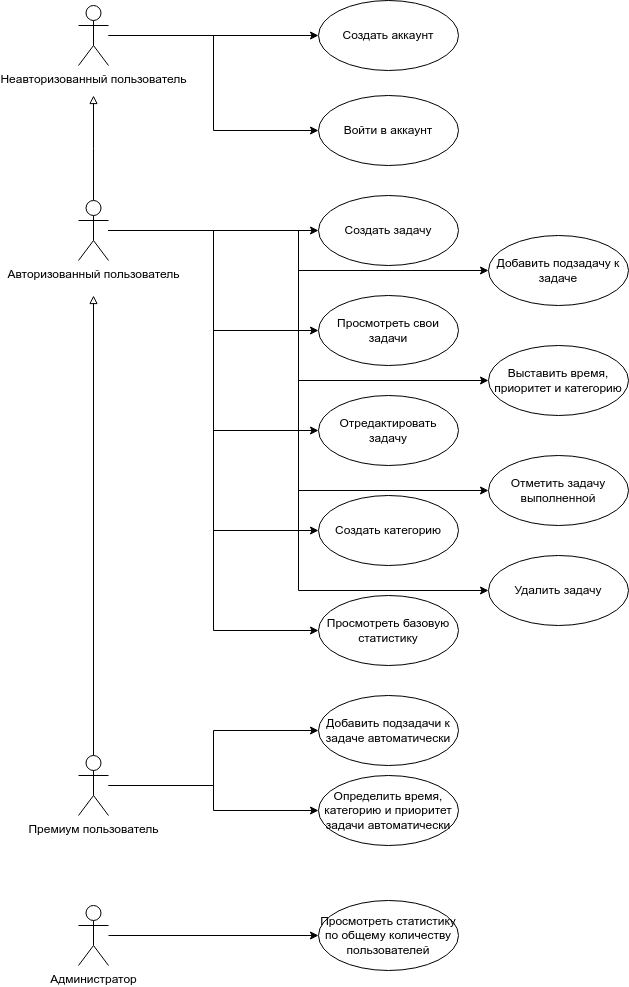
AlexanderLaptev/Taskbench keeps this draw.io diagram as docs/diagrams/use-case.png. Above is the earlier version. Source tidied: cells renumbered, new cells last; positions are measured from the earlier drawing's top-left corner, leaving out a move shared by most shapes.
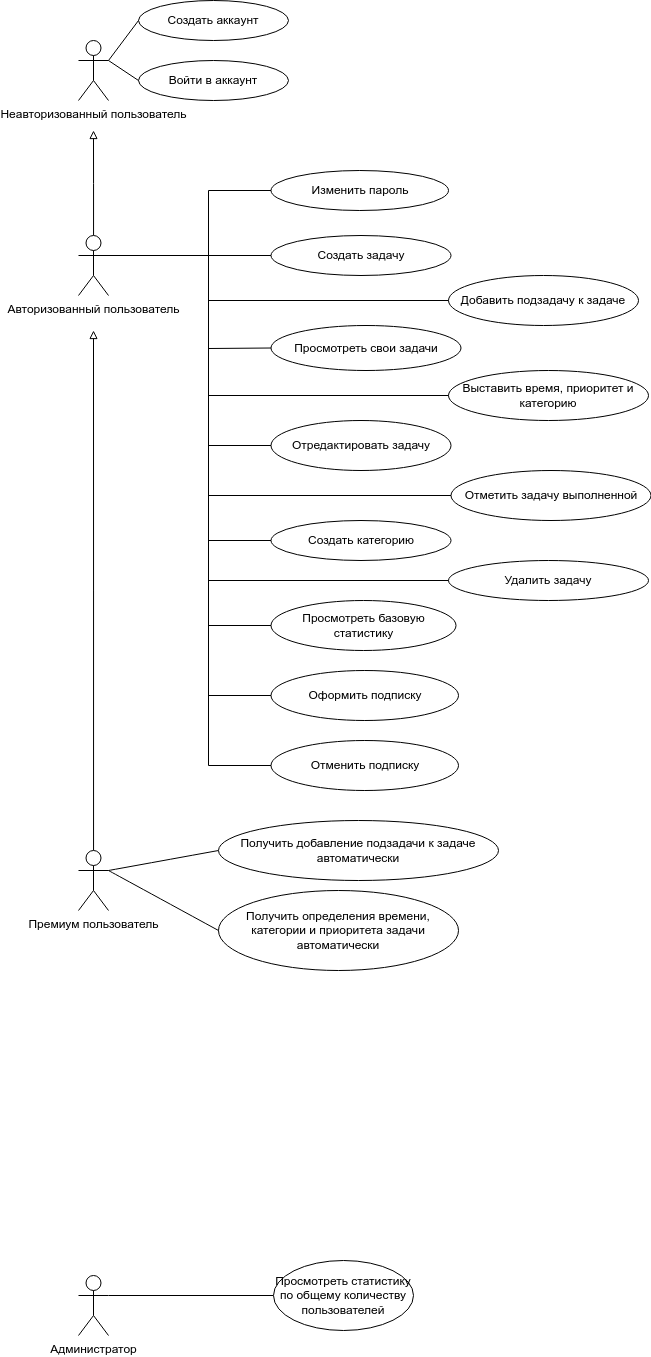
Later version of the same file.

Commit message:
update use-case

Diff of the diagram source:
```diff
@@ -2,38 +2,14 @@
   <root>
     <mxCell id="0" />
     <mxCell id="1" parent="0" />
-    <mxCell id="2" style="edgeStyle=orthogonalEdgeStyle;rounded=0;jettySize=auto;html=1;entryX=0;entryY=0.5;entryDx=0;entryDy=0;" parent="1" edge="1" source="12" target="24">
+    <mxCell id="2" style="rounded=0;jettySize=auto;html=1;entryX=0;entryY=0.5;entryDx=0;entryDy=0;endArrow=none;startFill=0;exitX=1;exitY=0.3333333333333333;exitDx=0;exitDy=0;exitPerimeter=0;" parent="1" edge="1" source="12" target="24">
       <mxGeometry relative="1" as="geometry" />
     </mxCell>
-    <mxCell id="3" style="edgeStyle=orthogonalEdgeStyle;rounded=0;jettySize=auto;html=1;entryX=0;entryY=0.5;entryDx=0;entryDy=0;" parent="1" edge="1" source="12" target="25">
-      <mxGeometry relative="1" as="geometry" />
-    </mxCell>
-    <mxCell id="4" style="edgeStyle=orthogonalEdgeStyle;rounded=0;jettySize=auto;html=1;entryX=0;entryY=0.5;entryDx=0;entryDy=0;" parent="1" edge="1" source="12" target="29">
-      <mxGeometry relative="1" as="geometry" />
-    </mxCell>
-    <mxCell id="5" style="edgeStyle=orthogonalEdgeStyle;rounded=0;jettySize=auto;html=1;entryX=0;entryY=0.5;entryDx=0;entryDy=0;" parent="1" edge="1" source="12" target="28">
-      <mxGeometry relative="1" as="geometry" />
-    </mxCell>
     <mxCell id="6" style="edgeStyle=orthogonalEdgeStyle;rounded=0;jettySize=auto;html=1;endArrow=block;endFill=0;" parent="1" edge="1" source="12">
       <mxGeometry relative="1" as="geometry">
         <mxPoint x="15" y="95" as="targetPoint" />
       </mxGeometry>
     </mxCell>
-    <mxCell id="7" style="edgeStyle=orthogonalEdgeStyle;rounded=0;jettySize=auto;html=1;entryX=0;entryY=0.5;entryDx=0;entryDy=0;" parent="1" edge="1" source="12" target="26">
-      <mxGeometry relative="1" as="geometry" />
-    </mxCell>
-    <mxCell id="8" style="edgeStyle=orthogonalEdgeStyle;rounded=0;jettySize=auto;html=1;entryX=0;entryY=0.5;entryDx=0;entryDy=0;" parent="1" edge="1" source="12" target="27">
-      <mxGeometry relative="1" as="geometry" />
-    </mxCell>
-    <mxCell id="9" style="edgeStyle=orthogonalEdgeStyle;rounded=0;jettySize=auto;html=1;entryX=0;entryY=0.5;entryDx=0;entryDy=0;" parent="1" edge="1" source="12" target="30">
-      <mxGeometry relative="1" as="geometry" />
-    </mxCell>
-    <mxCell id="10" style="edgeStyle=orthogonalEdgeStyle;rounded=0;jettySize=auto;html=1;entryX=0;entryY=0.5;entryDx=0;entryDy=0;" parent="1" edge="1" source="12" target="31">
-      <mxGeometry relative="1" as="geometry" />
-    </mxCell>
-    <mxCell id="11" style="edgeStyle=orthogonalEdgeStyle;rounded=0;jettySize=auto;html=1;entryX=0;entryY=0.5;entryDx=0;entryDy=0;" parent="1" edge="1" source="12" target="32">
-      <mxGeometry relative="1" as="geometry" />
-    </mxCell>
     <mxCell id="12" value="Авторизованный пользователь" style="shape=umlActor;verticalLabelPosition=bottom;verticalAlign=top;html=1;" parent="1" vertex="1">
       <mxGeometry y="200" width="30" height="60" as="geometry" />
     </mxCell>
@@ -42,71 +18,168 @@
         <mxPoint x="15" y="295" as="targetPoint" />
       </mxGeometry>
     </mxCell>
-    <mxCell id="14" style="edgeStyle=orthogonalEdgeStyle;rounded=0;jettySize=auto;html=1;entryX=0;entryY=0.5;entryDx=0;entryDy=0;" parent="1" edge="1" source="16" target="33">
+    <mxCell id="14" style="edgeStyle=none;curved=1;rounded=0;jettySize=auto;html=1;exitX=1;exitY=0.3333333333333333;exitDx=0;exitDy=0;exitPerimeter=0;entryX=0;entryY=0.5;entryDx=0;entryDy=0;fontSize=12;startSize=8;endSize=8;endArrow=none;startFill=0;" parent="1" edge="1" source="16" target="33">
       <mxGeometry relative="1" as="geometry" />
     </mxCell>
-    <mxCell id="15" style="edgeStyle=orthogonalEdgeStyle;rounded=0;jettySize=auto;html=1;entryX=0;entryY=0.5;entryDx=0;entryDy=0;" parent="1" edge="1" source="16" target="34">
-      <mxGeometry relative="1" as="geometry" />
-    </mxCell>
     <mxCell id="16" value="Премиум пользователь" style="shape=umlActor;verticalLabelPosition=bottom;verticalAlign=top;html=1;" parent="1" vertex="1">
-      <mxGeometry y="755" width="30" height="60" as="geometry" />
+      <mxGeometry y="815" width="30" height="60" as="geometry" />
     </mxCell>
-    <mxCell id="17" style="edgeStyle=orthogonalEdgeStyle;rounded=0;jettySize=auto;html=1;entryX=0;entryY=0.5;entryDx=0;entryDy=0;" parent="1" edge="1" source="18" target="35">
+    <mxCell id="17" style="edgeStyle=orthogonalEdgeStyle;rounded=0;jettySize=auto;html=1;entryX=0;entryY=0.5;entryDx=0;entryDy=0;exitX=1;exitY=0.3333333333333333;exitDx=0;exitDy=0;exitPerimeter=0;endArrow=none;startFill=0;" parent="1" edge="1" source="18" target="35">
       <mxGeometry relative="1" as="geometry" />
     </mxCell>
     <mxCell id="18" value="Администратор" style="shape=umlActor;verticalLabelPosition=bottom;verticalAlign=top;html=1;" parent="1" vertex="1">
-      <mxGeometry y="905" width="30" height="60" as="geometry" />
+      <mxGeometry y="1240" width="30" height="60" as="geometry" />
     </mxCell>
     <mxCell id="19" value="Создать аккаунт" style="ellipse;whiteSpace=wrap;html=1;" parent="1" vertex="1">
-      <mxGeometry x="240" width="140" height="70" as="geometry" />
+      <mxGeometry x="60" y="-35" width="150" height="40" as="geometry" />
     </mxCell>
-    <mxCell id="20" style="edgeStyle=orthogonalEdgeStyle;rounded=0;jettySize=auto;html=1;entryX=0;entryY=0.5;entryDx=0;entryDy=0;" parent="1" edge="1" source="22" target="19">
+    <mxCell id="20" style="rounded=0;jettySize=auto;html=1;entryX=0;entryY=0.5;entryDx=0;entryDy=0;endArrow=none;startFill=0;exitX=1;exitY=0.3333333333333333;exitDx=0;exitDy=0;exitPerimeter=0;" parent="1" edge="1" source="22" target="19">
       <mxGeometry relative="1" as="geometry" />
     </mxCell>
-    <mxCell id="21" style="edgeStyle=orthogonalEdgeStyle;rounded=0;jettySize=auto;html=1;entryX=0;entryY=0.5;entryDx=0;entryDy=0;" parent="1" edge="1" source="22" target="23">
-      <mxGeometry relative="1" as="geometry" />
-    </mxCell>
     <mxCell id="22" value="Неавторизованный пользователь" style="shape=umlActor;verticalLabelPosition=bottom;verticalAlign=top;html=1;" parent="1" vertex="1">
       <mxGeometry y="5" width="30" height="60" as="geometry" />
     </mxCell>
     <mxCell id="23" value="Войти в аккаунт" style="ellipse;whiteSpace=wrap;html=1;" parent="1" vertex="1">
-      <mxGeometry x="240" y="95" width="140" height="70" as="geometry" />
+      <mxGeometry x="60" y="25" width="150" height="40" as="geometry" />
     </mxCell>
-    <mxCell id="24" value="Создать задачу" style="ellipse;whiteSpace=wrap;html=1;" parent="1" vertex="1">
-      <mxGeometry x="240" y="195" width="140" height="70" as="geometry" />
-    </mxCell>
     <mxCell id="25" value="Просмотреть свои задачи" style="ellipse;whiteSpace=wrap;html=1;" parent="1" vertex="1">
-      <mxGeometry x="240" y="295" width="140" height="70" as="geometry" />
+      <mxGeometry x="192.5" y="290" width="190" height="45" as="geometry" />
     </mxCell>
     <mxCell id="26" value="Добавить подзадачу к задаче" style="ellipse;whiteSpace=wrap;html=1;" parent="1" vertex="1">
-      <mxGeometry x="410" y="235" width="140" height="70" as="geometry" />
+      <mxGeometry x="370" y="240" width="190" height="50" as="geometry" />
     </mxCell>
     <mxCell id="27" value="Выставить время, приоритет и категорию" style="ellipse;whiteSpace=wrap;html=1;" parent="1" vertex="1">
-      <mxGeometry x="410" y="345" width="140" height="70" as="geometry" />
+      <mxGeometry x="370" y="335" width="200" height="50" as="geometry" />
     </mxCell>
     <mxCell id="28" value="Создать категорию" style="ellipse;whiteSpace=wrap;html=1;" parent="1" vertex="1">
-      <mxGeometry x="240" y="495" width="140" height="70" as="geometry" />
+      <mxGeometry x="192.5" y="485" width="180" height="40" as="geometry" />
     </mxCell>
     <mxCell id="29" value="Отредактировать задачу" style="ellipse;whiteSpace=wrap;html=1;" parent="1" vertex="1">
-      <mxGeometry x="240" y="395" width="140" height="70" as="geometry" />
+      <mxGeometry x="192.5" y="385" width="180" height="50" as="geometry" />
     </mxCell>
     <mxCell id="30" value="Отметить задачу выполненной" style="ellipse;whiteSpace=wrap;html=1;" parent="1" vertex="1">
-      <mxGeometry x="410" y="455" width="140" height="70" as="geometry" />
+      <mxGeometry x="372.5" y="435" width="200" height="50" as="geometry" />
     </mxCell>
     <mxCell id="31" value="Удалить задачу" style="ellipse;whiteSpace=wrap;html=1;" parent="1" vertex="1">
-      <mxGeometry x="410" y="555" width="140" height="70" as="geometry" />
+      <mxGeometry x="370" y="525" width="200" height="40" as="geometry" />
     </mxCell>
     <mxCell id="32" value="Просмотреть базовую статистику" style="ellipse;whiteSpace=wrap;html=1;" parent="1" vertex="1">
-      <mxGeometry x="240" y="595" width="140" height="70" as="geometry" />
+      <mxGeometry x="192.5" y="565" width="185" height="50" as="geometry" />
     </mxCell>
-    <mxCell id="33" value="Добавить подзадачи к задаче автоматически" style="ellipse;whiteSpace=wrap;html=1;" parent="1" vertex="1">
-      <mxGeometry x="240" y="695" width="140" height="70" as="geometry" />
+    <mxCell id="33" value="Получить добавление подзадачи к задаче автоматически" style="ellipse;whiteSpace=wrap;html=1;" parent="1" vertex="1">
+      <mxGeometry x="140" y="785" width="280" height="60" as="geometry" />
     </mxCell>
-    <mxCell id="34" value="Определить время, категорию и приоритет задачи автоматически" style="ellipse;whiteSpace=wrap;html=1;" parent="1" vertex="1">
-      <mxGeometry x="240" y="775" width="140" height="70" as="geometry" />
+    <mxCell id="34" value="Получить определения времени, категории и приоритета задачи автоматически" style="ellipse;whiteSpace=wrap;html=1;" parent="1" vertex="1">
+      <mxGeometry x="140" y="855" width="240" height="80" as="geometry" />
     </mxCell>
     <mxCell id="35" value="Просмотреть статистику по общему количеству пользователей" style="ellipse;whiteSpace=wrap;html=1;" parent="1" vertex="1">
-      <mxGeometry x="240" y="900" width="140" height="70" as="geometry" />
+      <mxGeometry x="195" y="1225" width="140" height="70" as="geometry" />
     </mxCell>
+    <mxCell id="21" style="rounded=0;jettySize=auto;html=1;entryX=0;entryY=0.5;entryDx=0;entryDy=0;endArrow=none;startFill=0;exitX=1;exitY=0.3333333333333333;exitDx=0;exitDy=0;exitPerimeter=0;" parent="1" edge="1" source="22" target="23">
+      <mxGeometry relative="1" as="geometry" />
+    </mxCell>
+    <mxCell id="36" value="Изменить пароль" style="ellipse;whiteSpace=wrap;html=1;" parent="1" vertex="1">
+      <mxGeometry x="192.5" y="135" width="177.5" height="40" as="geometry" />
+    </mxCell>
+    <mxCell id="37" value="Оформить подписку" style="ellipse;whiteSpace=wrap;html=1;" parent="1" vertex="1">
+      <mxGeometry x="192.5" y="635" width="187.5" height="50" as="geometry" />
+    </mxCell>
+    <mxCell id="24" value="Создать задачу" style="ellipse;whiteSpace=wrap;html=1;" parent="1" vertex="1">
+      <mxGeometry x="192.5" y="200" width="180" height="40" as="geometry" />
+    </mxCell>
+    <mxCell id="7" style="rounded=0;jettySize=auto;html=1;entryX=0;entryY=0.5;entryDx=0;entryDy=0;endArrow=none;startFill=0;exitX=1;exitY=0.3333333333333333;exitDx=0;exitDy=0;exitPerimeter=0;" parent="1" edge="1" source="12" target="26">
+      <mxGeometry relative="1" as="geometry">
+        <Array as="points">
+          <mxPoint x="130" y="220" />
+          <mxPoint x="130" y="265" />
+        </Array>
+      </mxGeometry>
+    </mxCell>
+    <mxCell id="3" style="rounded=0;jettySize=auto;html=1;entryX=0;entryY=0.5;entryDx=0;entryDy=0;endArrow=none;startFill=0;exitX=1;exitY=0.3333333333333333;exitDx=0;exitDy=0;exitPerimeter=0;" parent="1" edge="1" source="12" target="25">
+      <mxGeometry relative="1" as="geometry">
+        <Array as="points">
+          <mxPoint x="130" y="220" />
+          <mxPoint x="130" y="313" />
+        </Array>
+      </mxGeometry>
+    </mxCell>
+    <mxCell id="8" style="rounded=0;jettySize=auto;html=1;entryX=0;entryY=0.5;entryDx=0;entryDy=0;endArrow=none;startFill=0;exitX=1;exitY=0.3333333333333333;exitDx=0;exitDy=0;exitPerimeter=0;" parent="1" edge="1" source="12" target="27">
+      <mxGeometry relative="1" as="geometry">
+        <Array as="points">
+          <mxPoint x="130" y="220" />
+          <mxPoint x="130" y="360" />
+        </Array>
+      </mxGeometry>
+    </mxCell>
+    <mxCell id="4" style="rounded=0;jettySize=auto;html=1;entryX=0;entryY=0.5;entryDx=0;entryDy=0;endArrow=none;startFill=0;exitX=1;exitY=0.3333333333333333;exitDx=0;exitDy=0;exitPerimeter=0;" parent="1" edge="1" source="12" target="29">
+      <mxGeometry relative="1" as="geometry">
+        <Array as="points">
+          <mxPoint x="130" y="220" />
+          <mxPoint x="130" y="410" />
+        </Array>
+      </mxGeometry>
+    </mxCell>
+    <mxCell id="9" style="rounded=0;jettySize=auto;html=1;entryX=0;entryY=0.5;entryDx=0;entryDy=0;endArrow=none;startFill=0;exitX=1;exitY=0.3333333333333333;exitDx=0;exitDy=0;exitPerimeter=0;" parent="1" edge="1" source="12" target="30">
+      <mxGeometry relative="1" as="geometry">
+        <Array as="points">
+          <mxPoint x="130" y="220" />
+          <mxPoint x="130" y="460" />
+        </Array>
+      </mxGeometry>
+    </mxCell>
+    <mxCell id="5" style="rounded=0;jettySize=auto;html=1;entryX=0;entryY=0.5;entryDx=0;entryDy=0;endArrow=none;startFill=0;exitX=1;exitY=0.3333333333333333;exitDx=0;exitDy=0;exitPerimeter=0;" parent="1" edge="1" source="12" target="28">
+      <mxGeometry relative="1" as="geometry">
+        <Array as="points">
+          <mxPoint x="130" y="220" />
+          <mxPoint x="130" y="505" />
+        </Array>
+      </mxGeometry>
+    </mxCell>
+    <mxCell id="10" style="rounded=0;jettySize=auto;html=1;entryX=0;entryY=0.5;entryDx=0;entryDy=0;endArrow=none;startFill=0;exitX=1;exitY=0.3333333333333333;exitDx=0;exitDy=0;exitPerimeter=0;" parent="1" edge="1" source="12" target="31">
+      <mxGeometry relative="1" as="geometry">
+        <Array as="points">
+          <mxPoint x="130" y="220" />
+          <mxPoint x="130" y="545" />
+        </Array>
+      </mxGeometry>
+    </mxCell>
+    <mxCell id="11" style="rounded=0;jettySize=auto;html=1;entryX=0;entryY=0.5;entryDx=0;entryDy=0;endArrow=none;startFill=0;exitX=1;exitY=0.3333333333333333;exitDx=0;exitDy=0;exitPerimeter=0;" parent="1" edge="1" source="12" target="32">
+      <mxGeometry relative="1" as="geometry">
+        <Array as="points">
+          <mxPoint x="130" y="220" />
+          <mxPoint x="130" y="590" />
+        </Array>
+      </mxGeometry>
+    </mxCell>
+    <mxCell id="38" style="rounded=0;jettySize=auto;html=1;entryX=0;entryY=0.5;entryDx=0;entryDy=0;endArrow=none;startFill=0;exitX=1;exitY=0.3333333333333333;exitDx=0;exitDy=0;exitPerimeter=0;" parent="1" edge="1" source="12" target="36">
+      <mxGeometry relative="1" as="geometry">
+        <Array as="points">
+          <mxPoint x="130" y="220" />
+          <mxPoint x="130" y="155" />
+        </Array>
+      </mxGeometry>
+    </mxCell>
+    <mxCell id="39" value="Отменить подписку" style="ellipse;whiteSpace=wrap;html=1;" parent="1" vertex="1">
+      <mxGeometry x="192.5" y="705" width="187.5" height="50" as="geometry" />
+    </mxCell>
+    <mxCell id="40" style="rounded=0;jettySize=auto;html=1;entryX=0;entryY=0.5;entryDx=0;entryDy=0;endArrow=none;startFill=0;exitX=1;exitY=0.3333333333333333;exitDx=0;exitDy=0;exitPerimeter=0;" parent="1" edge="1" source="12" target="37">
+      <mxGeometry relative="1" as="geometry">
+        <Array as="points">
+          <mxPoint x="130" y="220" />
+          <mxPoint x="130" y="660" />
+        </Array>
+      </mxGeometry>
+    </mxCell>
+    <mxCell id="41" style="rounded=0;jettySize=auto;html=1;endArrow=none;startFill=0;exitX=1;exitY=0.3333333333333333;exitDx=0;exitDy=0;exitPerimeter=0;entryX=0;entryY=0.5;entryDx=0;entryDy=0;" parent="1" edge="1" source="12" target="39">
+      <mxGeometry relative="1" as="geometry">
+        <Array as="points">
+          <mxPoint x="130" y="220" />
+          <mxPoint x="130" y="730" />
+        </Array>
+      </mxGeometry>
+    </mxCell>
+    <mxCell id="15" style="edgeStyle=none;curved=1;rounded=0;jettySize=auto;html=1;exitX=1;exitY=0.3333333333333333;exitDx=0;exitDy=0;exitPerimeter=0;entryX=0;entryY=0.5;entryDx=0;entryDy=0;fontSize=12;startSize=8;endSize=8;endArrow=none;startFill=0;" parent="1" edge="1" source="16" target="34">
+      <mxGeometry relative="1" as="geometry" />
+    </mxCell>
   </root>
 </mxGraphModel>
```
